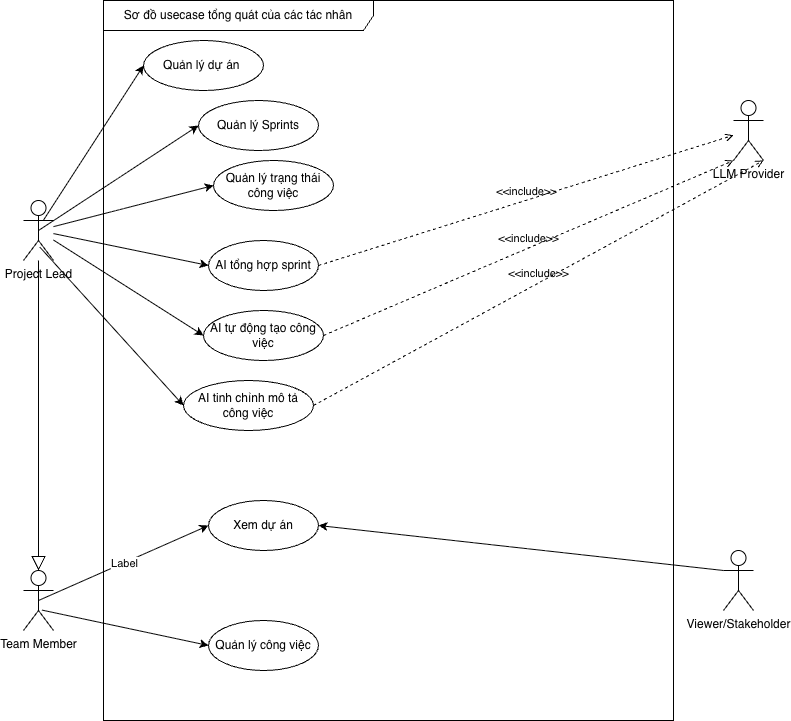
This is reports/dat-examples/report/images/usecase_tongquan.png from toantran292/datn, a draw.io export, as it was before one commit. Source tidied: cells renumbered, new cells last; positions are measured from the earlier drawing's top-left corner, leaving out a move shared by most shapes.
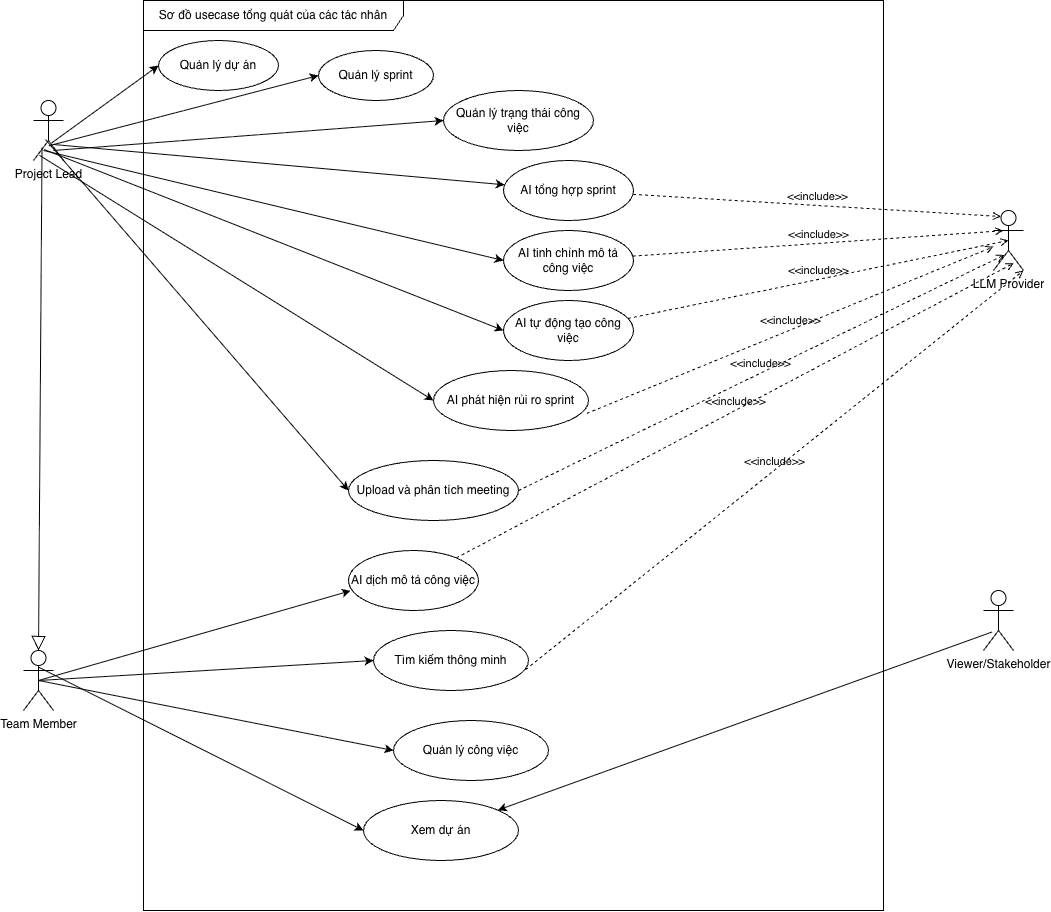
The same file after the commit.

Change to the diagram source:
```diff
@@ -2,86 +2,119 @@
   <root>
     <mxCell id="0" />
     <mxCell id="1" parent="0" />
-    <mxCell id="2" value="Sơ đồ usecase tổng quát của các tác nhân" style="shape=umlFrame;whiteSpace=wrap;html=1;width=270;height=30;" parent="1" vertex="1">
-      <mxGeometry x="80" width="570" height="720" as="geometry" />
+    <mxCell id="2" value="Sơ đồ usecase tổng quát của các tác nhân" style="shape=umlFrame;whiteSpace=wrap;html=1;width=260;height=30;" parent="1" vertex="1">
+      <mxGeometry x="-20" y="-130" width="740" height="910" as="geometry" />
     </mxCell>
-    <mxCell id="3" value="Quản lý dự án&amp;nbsp;" style="ellipse;whiteSpace=wrap;html=1;" parent="2" vertex="1">
-      <mxGeometry x="40" y="40" width="120" height="50" as="geometry" />
+    <mxCell id="3" value="Quản lý dự án" style="ellipse;whiteSpace=wrap;html=1;" parent="2" vertex="1">
+      <mxGeometry x="15" y="40" width="120" height="50" as="geometry" />
     </mxCell>
-    <mxCell id="4" value="Quản lý Sprints" style="ellipse;whiteSpace=wrap;html=1;" parent="2" vertex="1">
-      <mxGeometry x="95" y="100" width="120" height="50" as="geometry" />
-    </mxCell>
+    <mxCell id="29" value="Quản lý sprint" style="ellipse;whiteSpace=wrap;html=1;" parent="2" vertex="1">
+      <mxGeometry x="175" y="50" width="115" height="50" as="geometry" />
+    </mxCell>
     <mxCell id="5" value="Quản lý trạng thái công việc" style="ellipse;whiteSpace=wrap;html=1;" parent="2" vertex="1">
-      <mxGeometry x="110" y="160" width="120" height="50" as="geometry" />
+      <mxGeometry x="300" y="90" width="150" height="60" as="geometry" />
     </mxCell>
     <mxCell id="6" value="AI tổng hợp sprint" style="ellipse;whiteSpace=wrap;html=1;" parent="2" vertex="1">
-      <mxGeometry x="105" y="240" width="110" height="50" as="geometry" />
+      <mxGeometry x="360" y="160" width="130" height="60" as="geometry" />
     </mxCell>
+    <mxCell id="10" value="AI tinh chỉnh mô tả công việc" style="ellipse;whiteSpace=wrap;html=1;" parent="2" vertex="1">
+      <mxGeometry x="360" y="230" width="130" height="60" as="geometry" />
+    </mxCell>
+    <mxCell id="9" value="AI tự động tạo công việc" style="ellipse;whiteSpace=wrap;html=1;" parent="2" vertex="1">
+      <mxGeometry x="360" y="300" width="130" height="60" as="geometry" />
+    </mxCell>
+    <mxCell id="30" value="AI dịch mô tả công việc" style="ellipse;whiteSpace=wrap;html=1;" parent="2" vertex="1">
+      <mxGeometry x="205" y="550" width="130" height="60" as="geometry" />
+    </mxCell>
+    <mxCell id="31" value="AI phát hiện rủi ro sprint" style="ellipse;whiteSpace=wrap;html=1;" parent="2" vertex="1">
+      <mxGeometry x="290" y="370" width="155" height="60" as="geometry" />
+    </mxCell>
+    <mxCell id="32" value="Tìm kiếm thông minh" style="ellipse;whiteSpace=wrap;html=1;" parent="2" vertex="1">
+      <mxGeometry x="230" y="630" width="155" height="60" as="geometry" />
+    </mxCell>
+    <mxCell id="33" value="Upload và phân tích meeting" style="ellipse;whiteSpace=wrap;html=1;" parent="2" vertex="1">
+      <mxGeometry x="205" y="460" width="170" height="60" as="geometry" />
+    </mxCell>
     <mxCell id="7" value="Quản lý công việc" style="ellipse;whiteSpace=wrap;html=1;" parent="2" vertex="1">
-      <mxGeometry x="105" y="620" width="110" height="50" as="geometry" />
+      <mxGeometry x="250" y="720" width="155" height="60" as="geometry" />
     </mxCell>
     <mxCell id="8" value="Xem dự án" style="ellipse;whiteSpace=wrap;html=1;" parent="2" vertex="1">
-      <mxGeometry x="105" y="500" width="110" height="50" as="geometry" />
+      <mxGeometry x="220" y="800" width="155" height="60" as="geometry" />
     </mxCell>
-    <mxCell id="9" value="AI tự động tạo công việc" style="ellipse;whiteSpace=wrap;html=1;" parent="2" vertex="1">
-      <mxGeometry x="100" y="310" width="120" height="50" as="geometry" />
-    </mxCell>
-    <mxCell id="10" value="AI tinh chỉnh mô tả công việc" style="ellipse;whiteSpace=wrap;html=1;" parent="2" vertex="1">
-      <mxGeometry x="80" y="380" width="130" height="50" as="geometry" />
-    </mxCell>
     <mxCell id="11" value="Project Lead" style="shape=umlActor;verticalLabelPosition=bottom;verticalAlign=top;html=1;" parent="1" vertex="1">
-      <mxGeometry y="200" width="30" height="60" as="geometry" />
+      <mxGeometry x="-130" y="-30" width="30" height="60" as="geometry" />
     </mxCell>
     <mxCell id="12" value="Team Member" style="shape=umlActor;verticalLabelPosition=bottom;verticalAlign=top;html=1;" parent="1" vertex="1">
-      <mxGeometry y="570" width="30" height="60" as="geometry" />
+      <mxGeometry x="-140" y="520" width="30" height="60" as="geometry" />
     </mxCell>
-    <mxCell id="13" style="endArrow=classic;html=1;rounded=0;entryX=0;entryY=0.5;entryDx=0;entryDy=0;exitX=0.5;exitY=0.5;exitDx=0;exitDy=0;exitPerimeter=0;" parent="1" edge="1" source="11" target="4">
-      <mxGeometry relative="1" as="geometry" />
-    </mxCell>
+    <mxCell id="18" value="LLM Provider" style="shape=umlActor;verticalLabelPosition=bottom;verticalAlign=top;html=1;" parent="1" vertex="1">
+      <mxGeometry x="830" y="80" width="30" height="60" as="geometry" />
+    </mxCell>
+    <mxCell id="22" value="Viewer/Stakeholder" style="shape=umlActor;verticalLabelPosition=bottom;verticalAlign=top;html=1;" parent="1" vertex="1">
+      <mxGeometry x="820" y="460" width="30" height="60" as="geometry" />
+    </mxCell>
+    <mxCell id="15" style="endArrow=classic;html=1;rounded=0;exitX=0.61;exitY=0.706;exitDx=0;exitDy=0;exitPerimeter=0;entryX=0;entryY=0.5;entryDx=0;entryDy=0;" parent="1" edge="1" source="11" target="3">
+      <mxGeometry relative="1" as="geometry" />
+    </mxCell>
+    <mxCell id="34" style="endArrow=classic;html=1;rounded=0;exitX=0.514;exitY=0.754;exitDx=0;exitDy=0;exitPerimeter=0;entryX=0;entryY=0.5;entryDx=0;entryDy=0;" parent="1" edge="1" source="11" target="29">
+      <mxGeometry relative="1" as="geometry" />
+    </mxCell>
-    <mxCell id="14" style="endArrow=classic;html=1;rounded=0;entryX=0;entryY=0.5;entryDx=0;entryDy=0;" parent="1" edge="1" source="11" target="5">
+    <mxCell id="14" style="endArrow=classic;html=1;rounded=0;exitX=0.667;exitY=0.833;exitDx=0;exitDy=0;exitPerimeter=0;entryX=0;entryY=0.5;entryDx=0;entryDy=0;" parent="1" edge="1" source="11" target="5">
       <mxGeometry relative="1" as="geometry" />
     </mxCell>
-    <mxCell id="15" style="endArrow=classic;html=1;rounded=0;exitX=0.667;exitY=0.327;exitDx=0;exitDy=0;exitPerimeter=0;entryX=0;entryY=0.5;entryDx=0;entryDy=0;" parent="1" edge="1" source="11" target="3">
-      <mxGeometry relative="1" as="geometry" />
-    </mxCell>
-    <mxCell id="16" style="endArrow=classic;html=1;rounded=0;entryX=0;entryY=0.5;entryDx=0;entryDy=0;" parent="1" edge="1" source="11" target="6">
+    <mxCell id="16" style="endArrow=classic;html=1;rounded=0;exitX=0.658;exitY=0.733;exitDx=0;exitDy=0;exitPerimeter=0;" parent="1" edge="1" source="11" target="6">
       <mxGeometry relative="1" as="geometry" />
     </mxCell>
+    <mxCell id="27" style="endArrow=classic;html=1;rounded=0;entryX=0;entryY=0.5;entryDx=0;entryDy=0;exitX=0.333;exitY=0.833;exitDx=0;exitDy=0;exitPerimeter=0;" parent="1" edge="1" source="11" target="10">
+      <mxGeometry relative="1" as="geometry" />
+    </mxCell>
+    <mxCell id="26" style="endArrow=classic;html=1;rounded=0;entryX=0;entryY=0.5;entryDx=0;entryDy=0;exitX=0.356;exitY=0.817;exitDx=0;exitDy=0;exitPerimeter=0;" parent="1" edge="1" source="11" target="9">
+      <mxGeometry relative="1" as="geometry" />
+    </mxCell>
+    <mxCell id="35" style="endArrow=classic;html=1;rounded=0;entryX=0;entryY=0.5;entryDx=0;entryDy=0;exitX=0.197;exitY=0.913;exitDx=0;exitDy=0;exitPerimeter=0;" parent="1" edge="1" source="11" target="31">
+      <mxGeometry relative="1" as="geometry" />
+    </mxCell>
+    <mxCell id="36" style="endArrow=classic;html=1;rounded=0;entryX=0;entryY=0.5;entryDx=0;entryDy=0;exitX=0.402;exitY=0.652;exitDx=0;exitDy=0;exitPerimeter=0;" parent="1" edge="1" source="11" target="33">
+      <mxGeometry relative="1" as="geometry" />
+    </mxCell>
+    <mxCell id="23" style="endArrow=classic;html=1;rounded=0;exitX=0.492;exitY=0.275;exitDx=0;exitDy=0;exitPerimeter=0;entryX=0;entryY=0.5;entryDx=0;entryDy=0;" parent="1" edge="1" source="12" target="8">
+      <mxGeometry relative="1" as="geometry" />
+    </mxCell>
-    <mxCell id="17" style="endArrow=classic;html=1;rounded=0;exitX=0.617;exitY=0.66;exitDx=0;exitDy=0;exitPerimeter=0;entryX=0;entryY=0.5;entryDx=0;entryDy=0;" parent="1" edge="1" source="12" target="7">
+    <mxCell id="17" style="endArrow=classic;html=1;rounded=0;exitX=0.5;exitY=0.5;exitDx=0;exitDy=0;exitPerimeter=0;entryX=0;entryY=0.5;entryDx=0;entryDy=0;" parent="1" edge="1" source="12" target="7">
       <mxGeometry relative="1" as="geometry" />
     </mxCell>
-    <mxCell id="18" value="LLM Provider&lt;div&gt;&lt;br&gt;&lt;/div&gt;" style="shape=umlActor;verticalLabelPosition=bottom;verticalAlign=top;html=1;outlineConnect=0;" parent="1" vertex="1">
-      <mxGeometry x="710" y="100" width="30" height="60" as="geometry" />
-    </mxCell>
+    <mxCell id="37" style="endArrow=classic;html=1;rounded=0;exitX=0.5;exitY=0.5;exitDx=0;exitDy=0;exitPerimeter=0;entryX=0;entryY=0.5;entryDx=0;entryDy=0;" parent="1" edge="1" source="12" target="32">
+      <mxGeometry relative="1" as="geometry" />
+    </mxCell>
+    <mxCell id="38" style="endArrow=classic;html=1;rounded=0;exitX=0.5;exitY=0.5;exitDx=0;exitDy=0;exitPerimeter=0;entryX=0.017;entryY=0.671;entryDx=0;entryDy=0;entryPerimeter=0;" parent="1" edge="1" source="12" target="30">
+      <mxGeometry relative="1" as="geometry" />
+    </mxCell>
-    <mxCell id="19" value="&amp;lt;&amp;lt;include&amp;gt;&amp;gt;" style="html=1;verticalAlign=bottom;labelBackgroundColor=none;endArrow=open;endFill=0;dashed=1;rounded=0;exitX=1;exitY=0.5;exitDx=0;exitDy=0;" parent="1" edge="1" source="6" target="18">
+    <mxCell id="19" value="&amp;lt;&amp;lt;include&amp;gt;&amp;gt;" style="html=1;verticalAlign=bottom;labelBackgroundColor=none;endArrow=open;endFill=0;dashed=1;rounded=0;entryX=0.25;entryY=0.1;entryDx=0;entryDy=0;entryPerimeter=0;" parent="1" edge="1" source="6" target="18">
       <mxGeometry relative="1" as="geometry" />
     </mxCell>
+    <mxCell id="28" value="&amp;lt;&amp;lt;include&amp;gt;&amp;gt;" style="html=1;verticalAlign=bottom;labelBackgroundColor=none;endArrow=open;endFill=0;dashed=1;rounded=0;entryX=0.325;entryY=0.337;entryDx=0;entryDy=0;entryPerimeter=0;" parent="1" edge="1" source="10" target="18">
+      <mxGeometry relative="1" as="geometry" />
+    </mxCell>
-    <mxCell id="20" value="&amp;lt;&amp;lt;include&amp;gt;&amp;gt;" style="html=1;verticalAlign=bottom;labelBackgroundColor=none;endArrow=open;endFill=0;dashed=1;rounded=0;exitX=1;exitY=0.5;exitDx=0;exitDy=0;entryX=0;entryY=1;entryDx=0;entryDy=0;entryPerimeter=0;" parent="1" edge="1" source="9" target="18">
+    <mxCell id="20" value="&amp;lt;&amp;lt;include&amp;gt;&amp;gt;" style="html=1;verticalAlign=bottom;labelBackgroundColor=none;endArrow=open;endFill=0;dashed=1;rounded=0;entryX=0.5;entryY=0.5;entryDx=0;entryDy=0;entryPerimeter=0;" parent="1" edge="1" source="9" target="18">
       <mxGeometry relative="1" as="geometry" />
     </mxCell>
+    <mxCell id="39" value="&amp;lt;&amp;lt;include&amp;gt;&amp;gt;" style="html=1;verticalAlign=bottom;labelBackgroundColor=none;endArrow=open;endFill=0;dashed=1;rounded=0;exitX=0.99;exitY=0.713;exitDx=0;exitDy=0;exitPerimeter=0;" parent="1" edge="1" source="31" target="18">
+      <mxGeometry relative="1" as="geometry" />
+    </mxCell>
+    <mxCell id="40" value="&amp;lt;&amp;lt;include&amp;gt;&amp;gt;" style="html=1;verticalAlign=bottom;labelBackgroundColor=none;endArrow=open;endFill=0;dashed=1;rounded=0;exitX=1;exitY=0.5;exitDx=0;exitDy=0;entryX=0.363;entryY=0.74;entryDx=0;entryDy=0;entryPerimeter=0;" parent="1" edge="1" source="33" target="18">
+      <mxGeometry relative="1" as="geometry" />
+    </mxCell>
+    <mxCell id="41" value="&amp;lt;&amp;lt;include&amp;gt;&amp;gt;" style="html=1;verticalAlign=bottom;labelBackgroundColor=none;endArrow=open;endFill=0;dashed=1;rounded=0;entryX=0.676;entryY=0.877;entryDx=0;entryDy=0;entryPerimeter=0;" parent="1" edge="1" source="30" target="18">
+      <mxGeometry relative="1" as="geometry" />
+    </mxCell>
+    <mxCell id="42" value="&amp;lt;&amp;lt;include&amp;gt;&amp;gt;" style="html=1;verticalAlign=bottom;labelBackgroundColor=none;endArrow=open;endFill=0;dashed=1;rounded=0;exitX=0.982;exitY=0.65;exitDx=0;exitDy=0;exitPerimeter=0;entryX=1;entryY=1;entryDx=0;entryDy=0;entryPerimeter=0;" parent="1" edge="1" source="32" target="18">
+      <mxGeometry relative="1" as="geometry" />
+    </mxCell>
+    <mxCell id="25" style="endArrow=classic;html=1;rounded=0;exitX=0.283;exitY=0.692;exitDx=0;exitDy=0;exitPerimeter=0;" parent="1" edge="1" source="22" target="8">
+      <mxGeometry relative="1" as="geometry" />
+    </mxCell>
-    <mxCell id="21" style="edgeStyle=none;html=1;endSize=12;endArrow=block;endFill=0;rounded=0;entryX=0.5;entryY=0;entryDx=0;entryDy=0;entryPerimeter=0;" parent="1" edge="1" source="11" target="12">
+    <mxCell id="21" style="edgeStyle=none;html=1;endSize=12;endArrow=block;endFill=0;rounded=0;entryX=0.5;entryY=0;entryDx=0;entryDy=0;entryPerimeter=0;exitX=0.284;exitY=0.789;exitDx=0;exitDy=0;exitPerimeter=0;" parent="1" edge="1" source="11" target="12">
       <mxGeometry relative="1" as="geometry" />
     </mxCell>
-    <mxCell id="22" value="&lt;div&gt;Viewer/Stakeholder&lt;/div&gt;" style="shape=umlActor;verticalLabelPosition=bottom;verticalAlign=top;html=1;outlineConnect=0;" parent="1" vertex="1">
-      <mxGeometry x="700" y="550" width="30" height="60" as="geometry" />
-    </mxCell>
-    <mxCell id="23" style="endArrow=classic;html=1;rounded=0;exitX=0.5;exitY=0.5;exitDx=0;exitDy=0;exitPerimeter=0;entryX=0;entryY=0.5;entryDx=0;entryDy=0;" parent="1" edge="1" source="12" target="8">
-      <mxGeometry relative="1" as="geometry" />
-    </mxCell>
-    <mxCell id="24" value="Label" style="edgeLabel;html=1;align=center;verticalAlign=middle;" parent="23" vertex="1">
-      <mxGeometry relative="1" as="geometry" />
-    </mxCell>
-    <mxCell id="25" style="endArrow=classic;html=1;rounded=0;entryX=1;entryY=0.5;entryDx=0;entryDy=0;exitX=0;exitY=0.3333333333333333;exitDx=0;exitDy=0;exitPerimeter=0;" parent="1" edge="1" source="22" target="8">
-      <mxGeometry relative="1" as="geometry" />
-    </mxCell>
-    <mxCell id="26" style="endArrow=classic;html=1;rounded=0;entryX=0;entryY=0.5;entryDx=0;entryDy=0;" parent="1" edge="1" source="11" target="9">
-      <mxGeometry relative="1" as="geometry" />
-    </mxCell>
-    <mxCell id="27" style="endArrow=classic;html=1;rounded=0;entryX=0;entryY=0.5;entryDx=0;entryDy=0;exitX=0.548;exitY=0.779;exitDx=0;exitDy=0;exitPerimeter=0;" parent="1" edge="1" source="11" target="10">
-      <mxGeometry relative="1" as="geometry" />
-    </mxCell>
-    <mxCell id="28" value="&amp;lt;&amp;lt;include&amp;gt;&amp;gt;" style="html=1;verticalAlign=bottom;labelBackgroundColor=none;endArrow=open;endFill=0;dashed=1;rounded=0;exitX=1;exitY=0.5;exitDx=0;exitDy=0;entryX=1;entryY=1;entryDx=0;entryDy=0;entryPerimeter=0;" parent="1" edge="1" source="10" target="18">
-      <mxGeometry relative="1" as="geometry" />
-    </mxCell>
   </root>
 </mxGraphModel>
```
